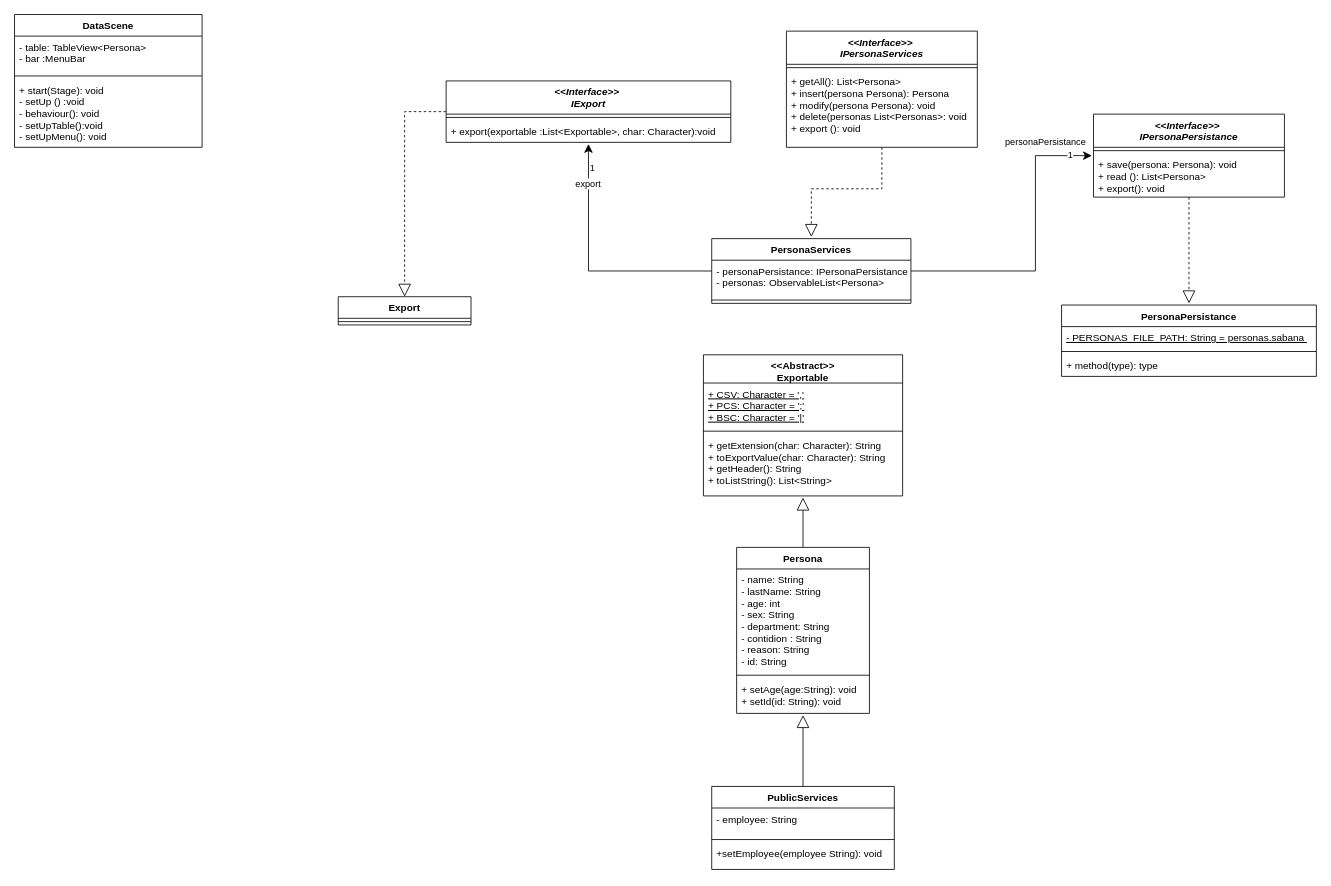
Before: Diagrams/Diagrama de clases proyecto.drawio in Cafeleyos/Entrega-parcial---David-Santos---Camilo-Mu-oz, a draw.io diagram. Source tidied: cells renumbered, new cells numbered last; positions are measured from the earlier drawing's top-left corner, leaving out a move shared by most shapes. Both pictures are drawn from the tidied source at 83%, with x=0, y=0 at pixel (14, 14).
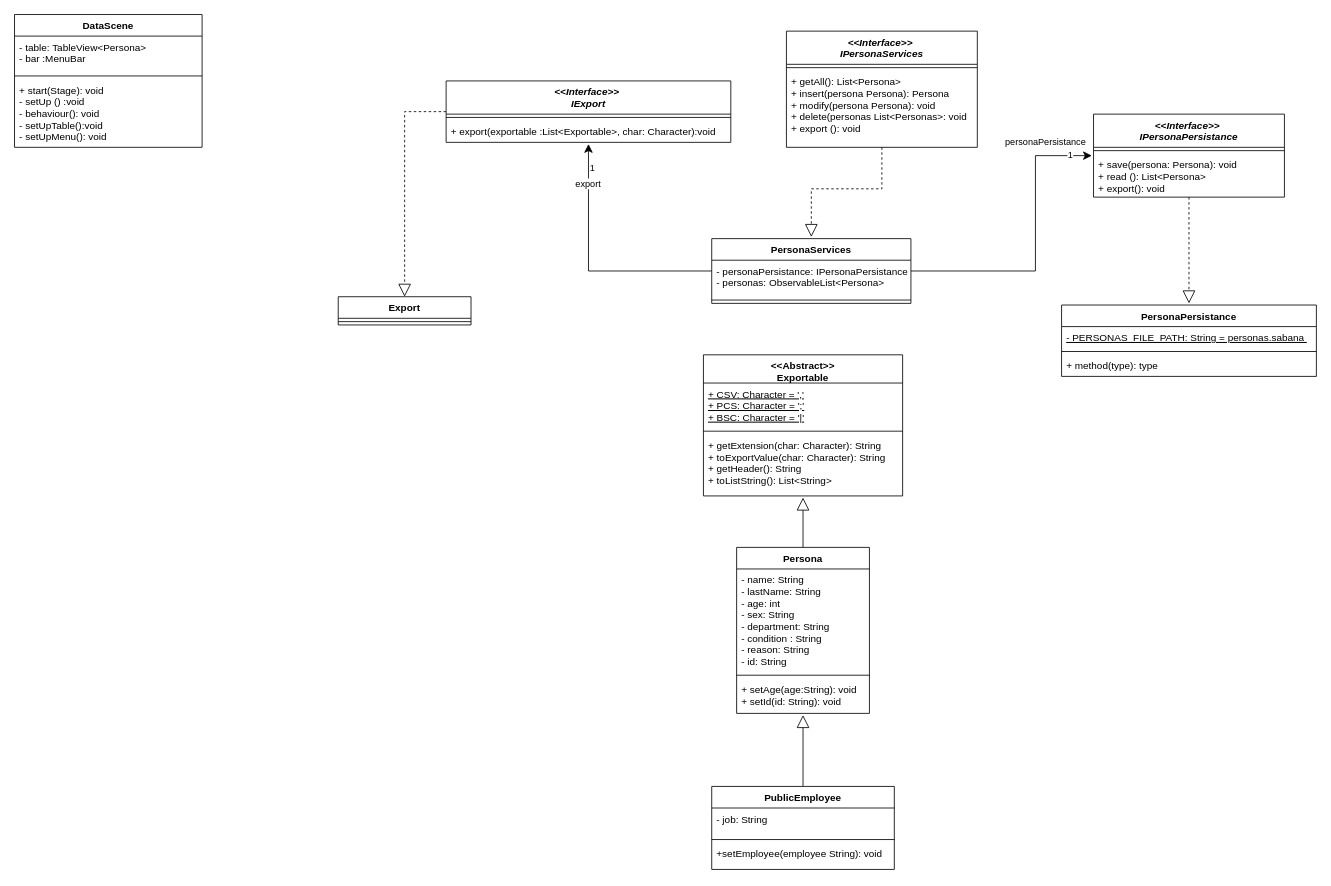
The same diagram, later.

Unchanged cells that the change refers to:
```xml
<mxCell id="7" value="Persona" style="swimlane;fontStyle=1;align=center;verticalAlign=top;horizontal=1;startSize=26;" parent="1" vertex="1">
  <mxGeometry x="870" y="642" width="160" height="200" as="geometry" />
</mxCell>
```

Diff of the diagram source:
```diff
@@
-    <mxCell id="8" value="- name: String&#10;- lastName: String&#10;- age: int&#10;- sex: String&#10;- department: String&#10;- contidion : String&#10;- reason: String&#10;- id: String&#10;&#10;" style="text;strokeColor=none;fillColor=none;align=left;verticalAlign=top;spacingLeft=4;spacingRight=4;overflow=hidden;" parent="7" vertex="1">
+    <mxCell id="8" value="- name: String&#10;- lastName: String&#10;- age: int&#10;- sex: String&#10;- department: String&#10;- condition : String&#10;- reason: String&#10;- id: String&#10;&#10;" style="text;strokeColor=none;fillColor=none;align=left;verticalAlign=top;spacingLeft=4;spacingRight=4;overflow=hidden;" parent="7" vertex="1">
       <mxGeometry y="26" width="160" height="124" as="geometry" />
     </mxCell>
@@
-    <mxCell id="21" value="PublicServices" style="swimlane;fontStyle=1;align=center;verticalAlign=top;horizontal=1;startSize=26;" parent="1" vertex="1">
+    <mxCell id="21" value="PublicEmployee" style="swimlane;fontStyle=1;align=center;verticalAlign=top;horizontal=1;startSize=26;" parent="1" vertex="1">
       <mxGeometry x="840" y="930" width="220" height="100" as="geometry" />
     </mxCell>
-    <mxCell id="22" value="- employee: String&#10;" style="text;strokeColor=none;fillColor=none;align=left;verticalAlign=top;spacingLeft=4;spacingRight=4;overflow=hidden;" parent="21" vertex="1">
+    <mxCell id="22" value="- job: String&#10;" style="text;strokeColor=none;fillColor=none;align=left;verticalAlign=top;spacingLeft=4;spacingRight=4;overflow=hidden;" parent="21" vertex="1">
       <mxGeometry y="26" width="220" height="34" as="geometry" />
     </mxCell>
```
